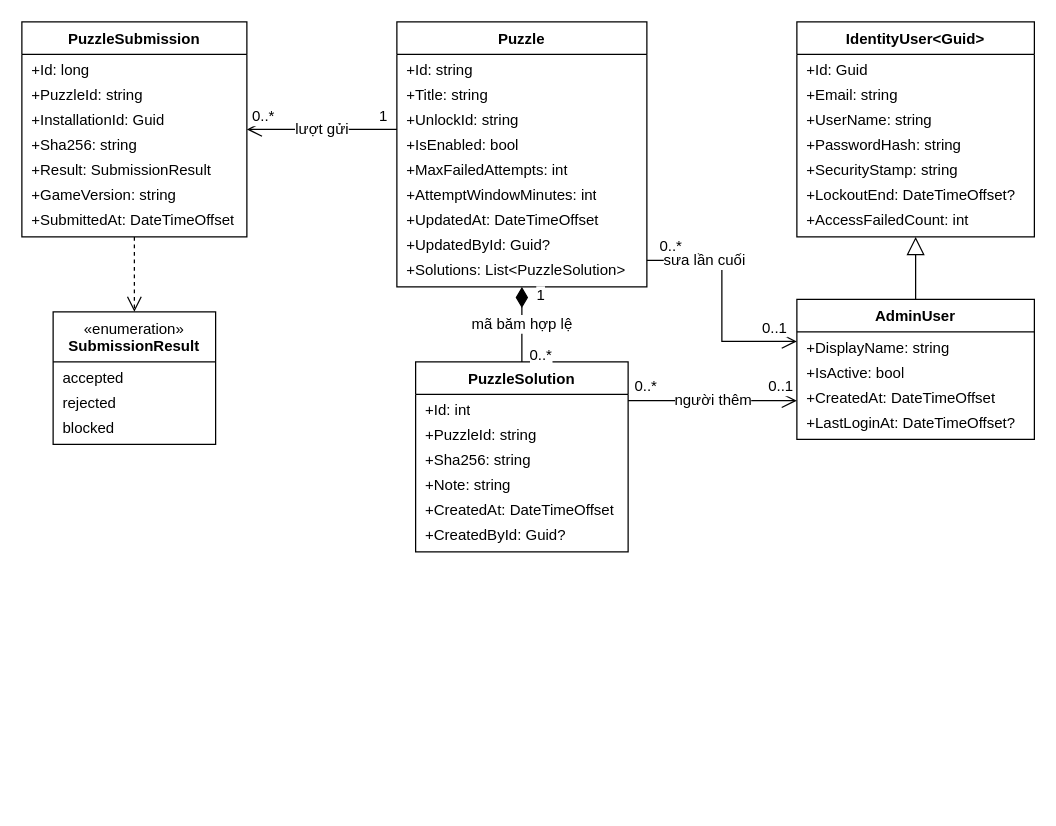
Earlier version of the draw.io diagram page "Câu đố và quản trị viên" (3 of 9) of docs/thiet-ke/lop-may-chu/luoc-do-lop-may-chu.drawio (qivarnq3g/3-gio-12). Source tidied: cells renumbered, new cells numbered last; positions are measured from the earlier drawing's top-left corner, leaving out a move shared by most shapes. Both pictures are drawn from the tidied source at 125%, with x=0, y=0 at pixel (21, 21).
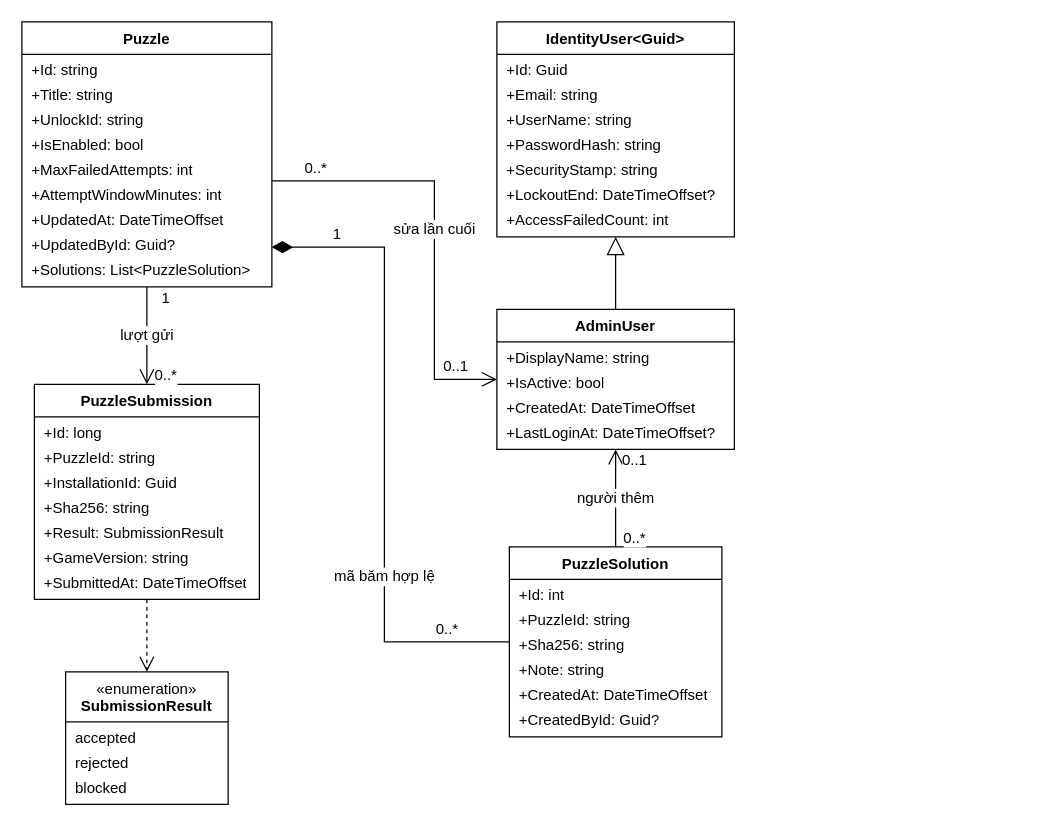
The same diagram, later.

Change to the diagram source:
```diff
@@
     <mxCell id="2" value="&lt;b&gt;PuzzleSubmission&lt;/b&gt;" style="swimlane;fontStyle=0;html=1;align=center;verticalAlign=top;horizontal=1;startSize=26;whiteSpace=wrap;fontFamily=Arial;fontSize=12;fillColor=#ffffff;swimlaneFillColor=#ffffff;" parent="1" vertex="1">
-      <mxGeometry width="180" height="172" as="geometry" />
+      <mxGeometry x="10" y="290" width="180" height="172" as="geometry" />
     </mxCell>
@@
     <mxCell id="10" value="«enumeration»&lt;br&gt;&lt;b&gt;SubmissionResult&lt;/b&gt;" style="swimlane;fontStyle=0;html=1;align=center;verticalAlign=top;horizontal=1;startSize=40;whiteSpace=wrap;fontFamily=Arial;fontSize=12;fillColor=#ffffff;swimlaneFillColor=#ffffff;" parent="1" vertex="1">
-      <mxGeometry x="25" y="232" width="130" height="106" as="geometry" />
+      <mxGeometry x="35" y="520" width="130" height="106" as="geometry" />
     </mxCell>
@@
     <mxCell id="14" value="&lt;b&gt;Puzzle&lt;/b&gt;" style="swimlane;fontStyle=0;html=1;align=center;verticalAlign=top;horizontal=1;startSize=26;whiteSpace=wrap;fontFamily=Arial;fontSize=12;fillColor=#ffffff;swimlaneFillColor=#ffffff;" parent="1" vertex="1">
-      <mxGeometry x="300" width="200" height="212" as="geometry" />
+      <mxGeometry width="200" height="212" as="geometry" />
     </mxCell>
@@
     <mxCell id="24" value="&lt;b&gt;PuzzleSolution&lt;/b&gt;" style="swimlane;fontStyle=0;html=1;align=center;verticalAlign=top;horizontal=1;startSize=26;whiteSpace=wrap;fontFamily=Arial;fontSize=12;fillColor=#ffffff;swimlaneFillColor=#ffffff;" parent="1" vertex="1">
-      <mxGeometry x="315" y="272" width="170" height="152" as="geometry" />
+      <mxGeometry x="390" y="420" width="170" height="152" as="geometry" />
     </mxCell>
@@
     <mxCell id="31" value="&lt;b&gt;IdentityUser&amp;lt;Guid&amp;gt;&lt;/b&gt;" style="swimlane;fontStyle=0;html=1;align=center;verticalAlign=top;horizontal=1;startSize=26;whiteSpace=wrap;fontFamily=Arial;fontSize=12;fillColor=#ffffff;swimlaneFillColor=#ffffff;" parent="1" vertex="1">
-      <mxGeometry x="620" width="190" height="172" as="geometry" />
+      <mxGeometry x="380" width="190" height="172" as="geometry" />
     </mxCell>
@@
     <mxCell id="39" value="&lt;b&gt;AdminUser&lt;/b&gt;" style="swimlane;fontStyle=0;html=1;align=center;verticalAlign=top;horizontal=1;startSize=26;whiteSpace=wrap;fontFamily=Arial;fontSize=12;fillColor=#ffffff;swimlaneFillColor=#ffffff;" parent="1" vertex="1">
-      <mxGeometry x="620" y="222" width="190" height="112" as="geometry" />
+      <mxGeometry x="380" y="230" width="190" height="112" as="geometry" />
     </mxCell>
@@
-    <mxCell id="44" style="html=1;fontFamily=Arial;endArrow=block;endFill=0;endSize=12;edgeStyle=orthogonalEdgeStyle;rounded=0;fontSize=12;labelBackgroundColor=#ffffff;exitY=0;exitX=0.5;entryY=1;entryX=0.5;exitPerimeter=0;entryPerimeter=0;" parent="1" edge="1" source="39" target="31">
+    <mxCell id="44" style="html=1;fontFamily=Arial;endArrow=block;endFill=0;endSize=12;edgeStyle=orthogonalEdgeStyle;rounded=0;fontSize=12;labelBackgroundColor=#ffffff;exitX=0.5;exitY=0;entryX=0.5;entryY=1;" parent="1" edge="1" source="39" target="31">
       <mxGeometry relative="1" as="geometry" />
     </mxCell>
-    <mxCell id="45" value="mã băm hợp lệ" style="html=1;fontFamily=Arial;startArrow=diamondThin;startFill=1;startSize=14;endArrow=none;edgeStyle=orthogonalEdgeStyle;rounded=0;fontSize=12;labelBackgroundColor=#ffffff;exitY=1;exitX=0.5;entryY=0;entryX=0.5;exitPerimeter=0;entryPerimeter=0;" parent="1" edge="1" source="14" target="24">
-      <mxGeometry relative="1" as="geometry" />
+    <mxCell id="45" value="mã băm hợp lệ" style="html=1;fontFamily=Arial;startArrow=diamondThin;startFill=1;startSize=14;endArrow=none;edgeStyle=orthogonalEdgeStyle;rounded=0;fontSize=12;labelBackgroundColor=#ffffff;exitX=1;exitY=0.85;entryX=0;entryY=0.5;" parent="1" edge="1" source="14" target="24">
+      <mxGeometry x="0.4" relative="1" as="geometry">
+        <Array as="points">
+          <mxPoint x="290" y="180" />
+          <mxPoint x="290" y="496" />
+        </Array>
+      </mxGeometry>
     </mxCell>
     <mxCell id="46" value="1" style="html=1;align=center;verticalAlign=middle;fontFamily=Arial;labelBackgroundColor=#ffffff;fontSize=12;" parent="45" vertex="1">
       <mxGeometry x="-0.8" relative="1" as="geometry">
-        <mxPoint x="14" as="offset" />
+        <mxPoint y="-11" as="offset" />
       </mxGeometry>
     </mxCell>
     <mxCell id="47" value="0..*" style="html=1;align=center;verticalAlign=middle;fontFamily=Arial;labelBackgroundColor=#ffffff;fontSize=12;" parent="45" vertex="1">
       <mxGeometry x="0.8" relative="1" as="geometry">
-        <mxPoint x="14" as="offset" />
+        <mxPoint y="-11" as="offset" />
       </mxGeometry>
     </mxCell>
-    <mxCell id="48" value="lượt gửi" style="html=1;fontFamily=Arial;endArrow=open;endFill=0;endSize=10;edgeStyle=orthogonalEdgeStyle;rounded=0;fontSize=12;labelBackgroundColor=#ffffff;exitX=0;exitY=0.4057;entryX=1;entryY=0.5;exitPerimeter=0;entryPerimeter=0;" parent="1" edge="1" source="14" target="2">
+    <mxCell id="48" value="lượt gửi" style="html=1;fontFamily=Arial;endArrow=open;endFill=0;endSize=10;edgeStyle=orthogonalEdgeStyle;rounded=0;fontSize=12;labelBackgroundColor=#ffffff;exitX=0.5;exitY=1;entryX=0.5;entryY=0;" parent="1" edge="1" source="14" target="2">
       <mxGeometry relative="1" as="geometry" />
     </mxCell>
     <mxCell id="49" value="1" style="html=1;align=center;verticalAlign=middle;fontFamily=Arial;labelBackgroundColor=#ffffff;fontSize=12;" parent="48" vertex="1">
       <mxGeometry x="-0.8" relative="1" as="geometry">
-        <mxPoint y="-11" as="offset" />
+        <mxPoint x="14" as="offset" />
       </mxGeometry>
     </mxCell>
     <mxCell id="50" value="0..*" style="html=1;align=center;verticalAlign=middle;fontFamily=Arial;labelBackgroundColor=#ffffff;fontSize=12;" parent="48" vertex="1">
       <mxGeometry x="0.8" relative="1" as="geometry">
-        <mxPoint y="-11" as="offset" />
+        <mxPoint x="14" as="offset" />
       </mxGeometry>
     </mxCell>
-    <mxCell id="51" value="sửa lần cuối" style="html=1;fontFamily=Arial;endArrow=open;endFill=0;endSize=10;edgeStyle=orthogonalEdgeStyle;rounded=0;fontSize=12;labelBackgroundColor=#ffffff;exitX=1;exitY=0.9;exitPerimeter=0;entryX=0;entryY=0.3;entryPerimeter=0;" parent="1" edge="1" source="14" target="39">
-      <mxGeometry x="-0.5" relative="1" as="geometry">
+    <mxCell id="51" value="sửa lần cuối" style="html=1;fontFamily=Arial;endArrow=open;endFill=0;endSize=10;edgeStyle=orthogonalEdgeStyle;rounded=0;fontSize=12;labelBackgroundColor=#ffffff;exitX=1;exitY=0.6;entryX=0;entryY=0.5;" parent="1" edge="1" source="14" target="39">
+      <mxGeometry relative="1" as="geometry">
         <Array as="points">
-          <mxPoint x="560" y="191" />
-          <mxPoint x="560" y="256" />
+          <mxPoint x="330" y="127" />
+          <mxPoint x="330" y="286" />
         </Array>
       </mxGeometry>
     </mxCell>
@@
-    <mxCell id="54" value="người thêm" style="html=1;fontFamily=Arial;endArrow=open;endFill=0;endSize=10;edgeStyle=orthogonalEdgeStyle;rounded=0;fontSize=12;labelBackgroundColor=#ffffff;exitX=1;exitY=0.2039;entryX=0;entryY=0.7232;exitPerimeter=0;entryPerimeter=0;" parent="1" edge="1" source="24" target="39">
+    <mxCell id="54" value="người thêm" style="html=1;fontFamily=Arial;endArrow=open;endFill=0;endSize=10;edgeStyle=orthogonalEdgeStyle;rounded=0;fontSize=12;labelBackgroundColor=#ffffff;exitX=0.5;exitY=0;entryX=0.5;entryY=1;" parent="1" edge="1" source="24" target="39">
       <mxGeometry relative="1" as="geometry" />
     </mxCell>
     <mxCell id="55" value="0..1" style="html=1;align=center;verticalAlign=middle;fontFamily=Arial;labelBackgroundColor=#ffffff;fontSize=12;" parent="54" vertex="1">
       <mxGeometry x="0.8" relative="1" as="geometry">
-        <mxPoint y="-11" as="offset" />
+        <mxPoint x="14" as="offset" />
       </mxGeometry>
     </mxCell>
     <mxCell id="56" value="0..*" style="html=1;align=center;verticalAlign=middle;fontFamily=Arial;labelBackgroundColor=#ffffff;fontSize=12;" parent="54" vertex="1">
       <mxGeometry x="-0.8" relative="1" as="geometry">
-        <mxPoint y="-11" as="offset" />
+        <mxPoint x="14" as="offset" />
       </mxGeometry>
     </mxCell>
-    <mxCell id="57" style="html=1;fontFamily=Arial;endArrow=open;endFill=0;endSize=10;dashed=1;edgeStyle=orthogonalEdgeStyle;rounded=0;fontSize=12;labelBackgroundColor=#ffffff;exitY=1;exitX=0.5;entryY=0;entryX=0.5;exitPerimeter=0;entryPerimeter=0;" parent="1" edge="1" source="2" target="10">
+    <mxCell id="57" style="html=1;fontFamily=Arial;endArrow=open;endFill=0;endSize=10;dashed=1;edgeStyle=orthogonalEdgeStyle;rounded=0;fontSize=12;labelBackgroundColor=#ffffff;exitX=0.5;exitY=1;entryX=0.5;entryY=0;" parent="1" edge="1" source="2" target="10">
       <mxGeometry relative="1" as="geometry" />
     </mxCell>
```
